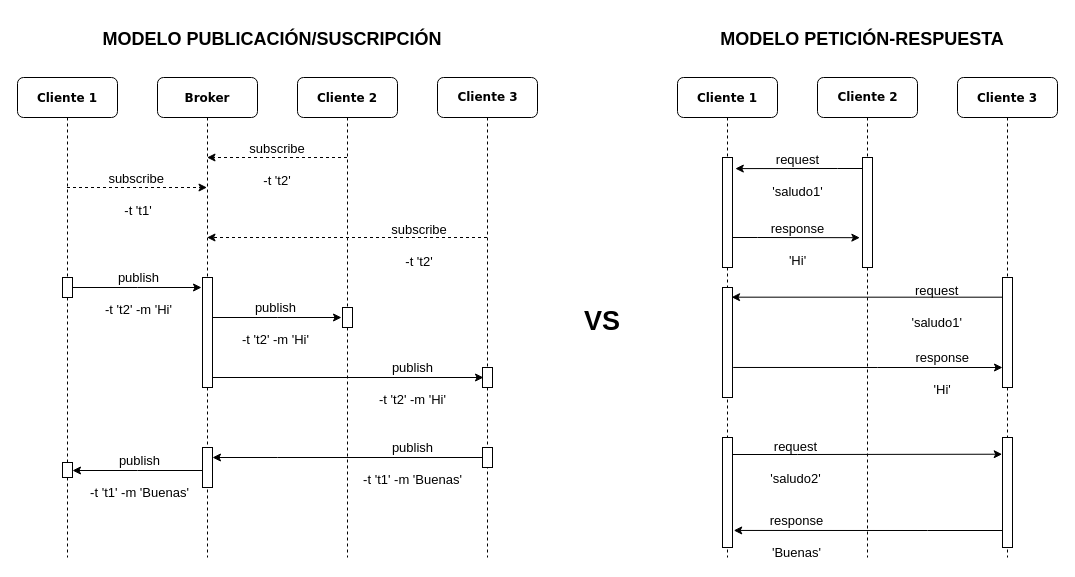
The draw.io diagram DOCUMENTOS/assets/DRAWIODIAGRAMS/pubsubvsreqresp.drawio in fran1215/TFG, before the edit. Source tidied: cells renumbered, new cells numbered last; positions are measured from the earlier drawing's top-left corner, leaving out a move shared by most shapes. Both pictures are drawn from the tidied source at 100%, with x=0, y=0 at pixel (17, 17).
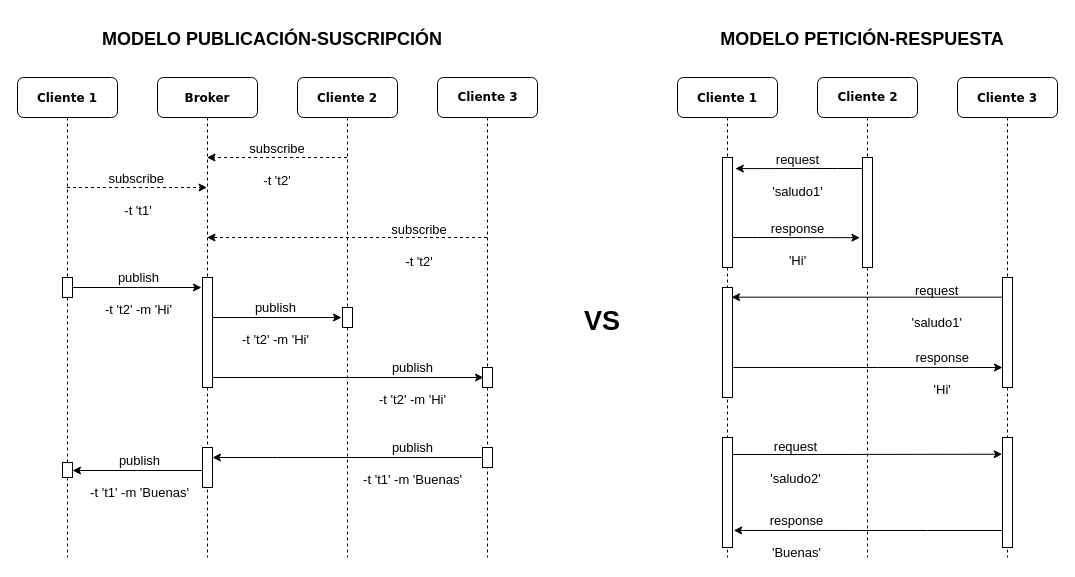
The same page after the edit.

What changed in the source:
```diff
@@
-    <mxCell id="38" value="MODELO PUBLICACIÓN/SUSCRIPCIÓN" style="text;align=center;verticalAlign=middle;strokeColor=none;fillColor=none;fontStyle=1;fontSize=18;" parent="1" vertex="1">
+    <mxCell id="38" value="MODELO PUBLICACIÓN-SUSCRIPCIÓN" style="text;align=center;verticalAlign=middle;strokeColor=none;fillColor=none;fontStyle=1;fontSize=18;" parent="1" vertex="1">
       <mxGeometry x="75" width="360" height="40" as="geometry" />
     </mxCell>
```
